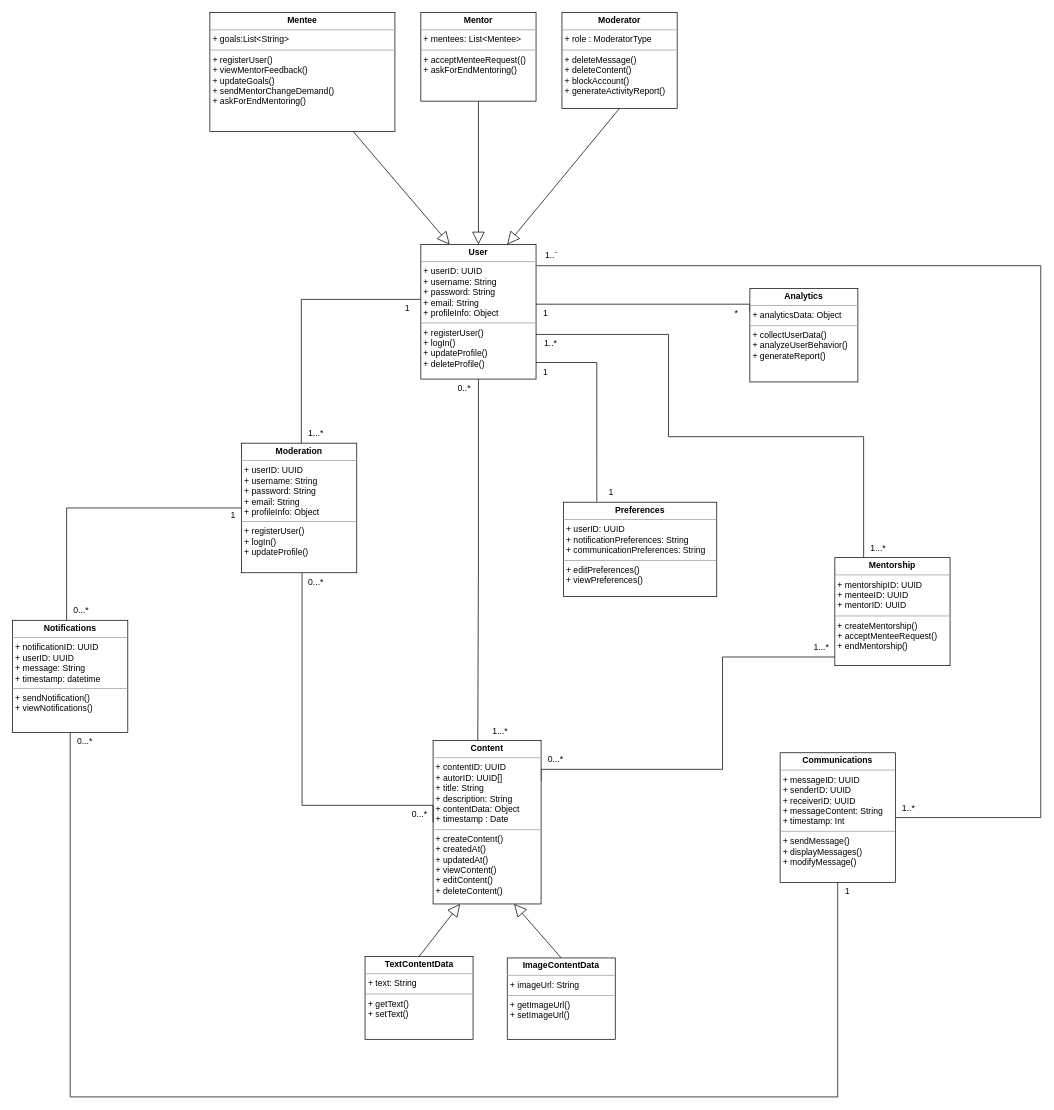
This is page "Class diagram" (5 of 5) of oc-fuzescrum-diagrams.drawio from TomPlr/oc-java-projet-3-fuzescrum, a draw.io file, before an edit. Source tidied: cells renumbered, new cells numbered last; positions are measured from the earlier drawing's top-left corner, leaving out a move shared by most shapes. Both pictures are drawn from the tidied source at 72%, with x=0, y=0 at pixel (12, 12).
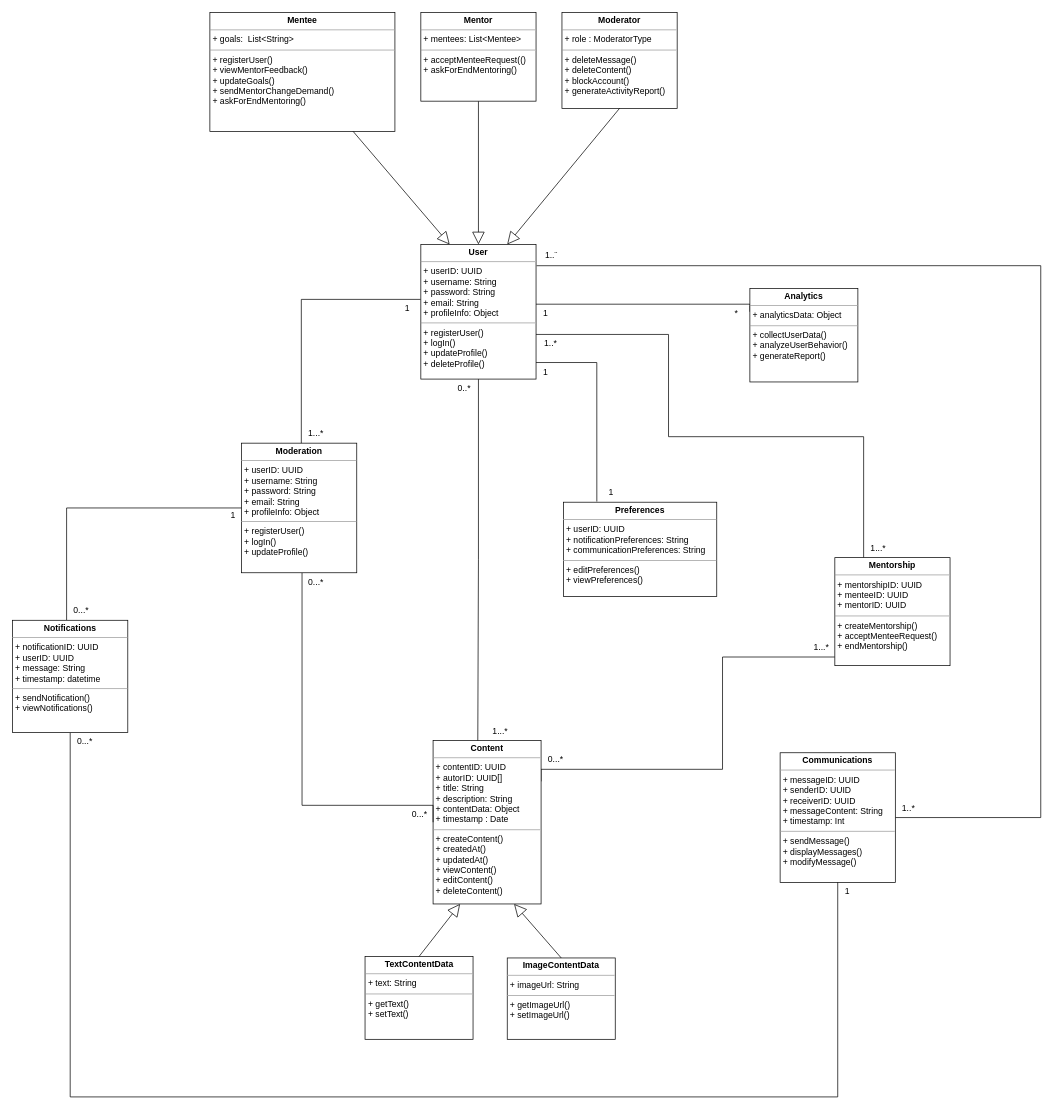
After the change.

Commit message:
Mettre à jour oc-fuzescrum-diagrams.drawio

What changed in the source:
```diff
@@
-    <mxCell id="40" value="&lt;p style=&quot;margin:0px;margin-top:4px;text-align:center;&quot;&gt;&lt;b&gt;Mentee&lt;/b&gt;&lt;/p&gt;&lt;hr size=&quot;1&quot;&gt;&lt;p style=&quot;margin:0px;margin-left:4px;&quot;&gt;+ goals:List&amp;lt;String&amp;gt;&lt;/p&gt;&lt;hr size=&quot;1&quot;&gt;&lt;p style=&quot;margin:0px;margin-left:4px;&quot;&gt;+ registerUser()&lt;/p&gt;&lt;p style=&quot;margin:0px;margin-left:4px;&quot;&gt;+ viewMentorFeedback()&lt;/p&gt;&lt;p style=&quot;margin:0px;margin-left:4px;&quot;&gt;+ updateGoals()&lt;/p&gt;&lt;p style=&quot;margin:0px;margin-left:4px;&quot;&gt;+ sendMentorChangeDemand()&lt;/p&gt;&lt;p style=&quot;margin:0px;margin-left:4px;&quot;&gt;+ askForEndMentoring()&lt;br&gt;&lt;/p&gt;" style="verticalAlign=top;align=left;overflow=fill;fontSize=12;fontFamily=Helvetica;html=1;whiteSpace=wrap;" parent="1" vertex="1">
+    <mxCell id="40" value="&lt;p style=&quot;margin:0px;margin-top:4px;text-align:center;&quot;&gt;&lt;b&gt;Mentee&lt;/b&gt;&lt;/p&gt;&lt;hr size=&quot;1&quot;&gt;&lt;p style=&quot;margin:0px;margin-left:4px;&quot;&gt;+ goals:&amp;nbsp; List&amp;lt;String&amp;gt;&lt;/p&gt;&lt;hr size=&quot;1&quot;&gt;&lt;p style=&quot;margin:0px;margin-left:4px;&quot;&gt;+ registerUser()&lt;/p&gt;&lt;p style=&quot;margin:0px;margin-left:4px;&quot;&gt;+ viewMentorFeedback()&lt;/p&gt;&lt;p style=&quot;margin:0px;margin-left:4px;&quot;&gt;+ updateGoals()&lt;/p&gt;&lt;p style=&quot;margin:0px;margin-left:4px;&quot;&gt;+ sendMentorChangeDemand()&lt;/p&gt;&lt;p style=&quot;margin:0px;margin-left:4px;&quot;&gt;+ askForEndMentoring()&lt;br&gt;&lt;/p&gt;" style="verticalAlign=top;align=left;overflow=fill;fontSize=12;fontFamily=Helvetica;html=1;whiteSpace=wrap;" parent="1" vertex="1">
       <mxGeometry x="274" width="257" height="165" as="geometry" />
     </mxCell>
```
